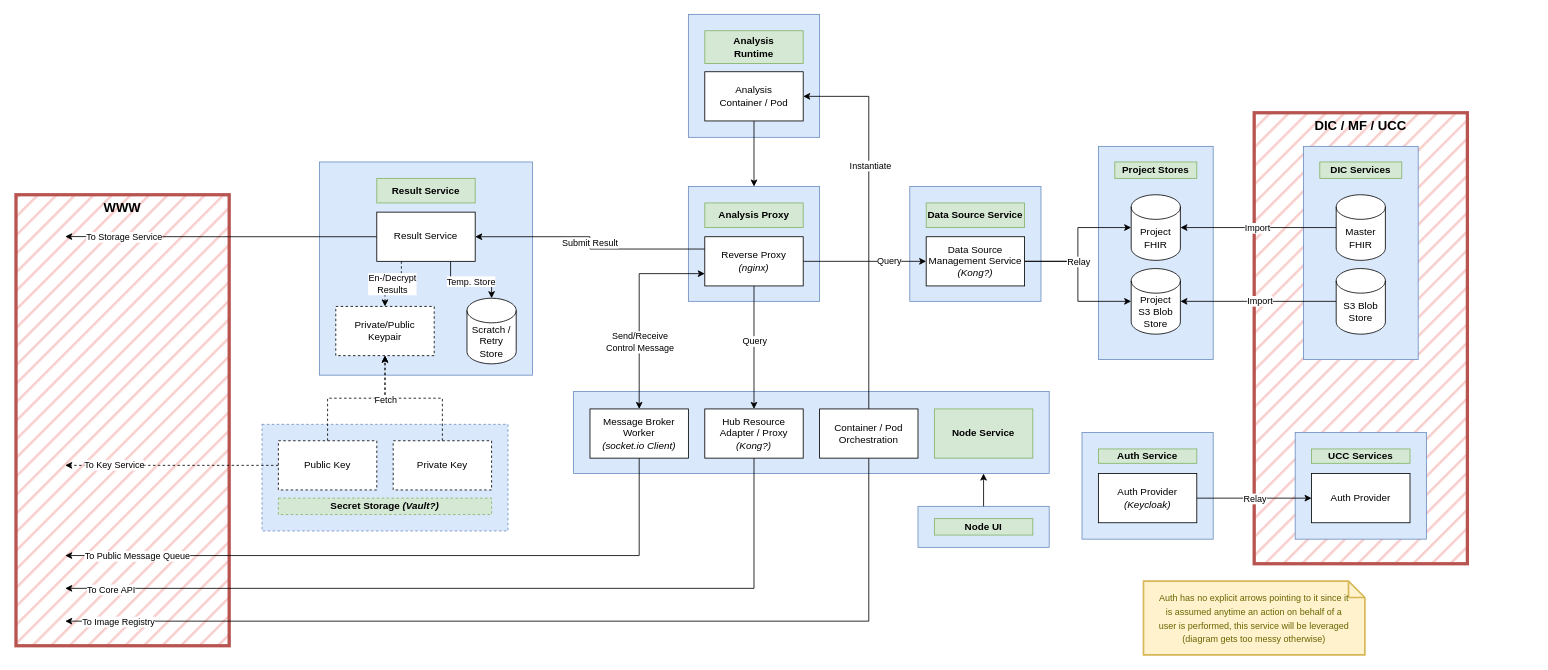
PrivateAIM/diagrams keeps this draw.io diagram as architecture/services-node-draft.drawio. Above is the earlier version. Source tidied: cells renumbered, new cells numbered last; positions are measured from the earlier drawing's top-left corner, leaving out a move shared by most shapes. Both pictures are drawn from the tidied source at 82%, with x=0, y=0 at pixel (16, 14).
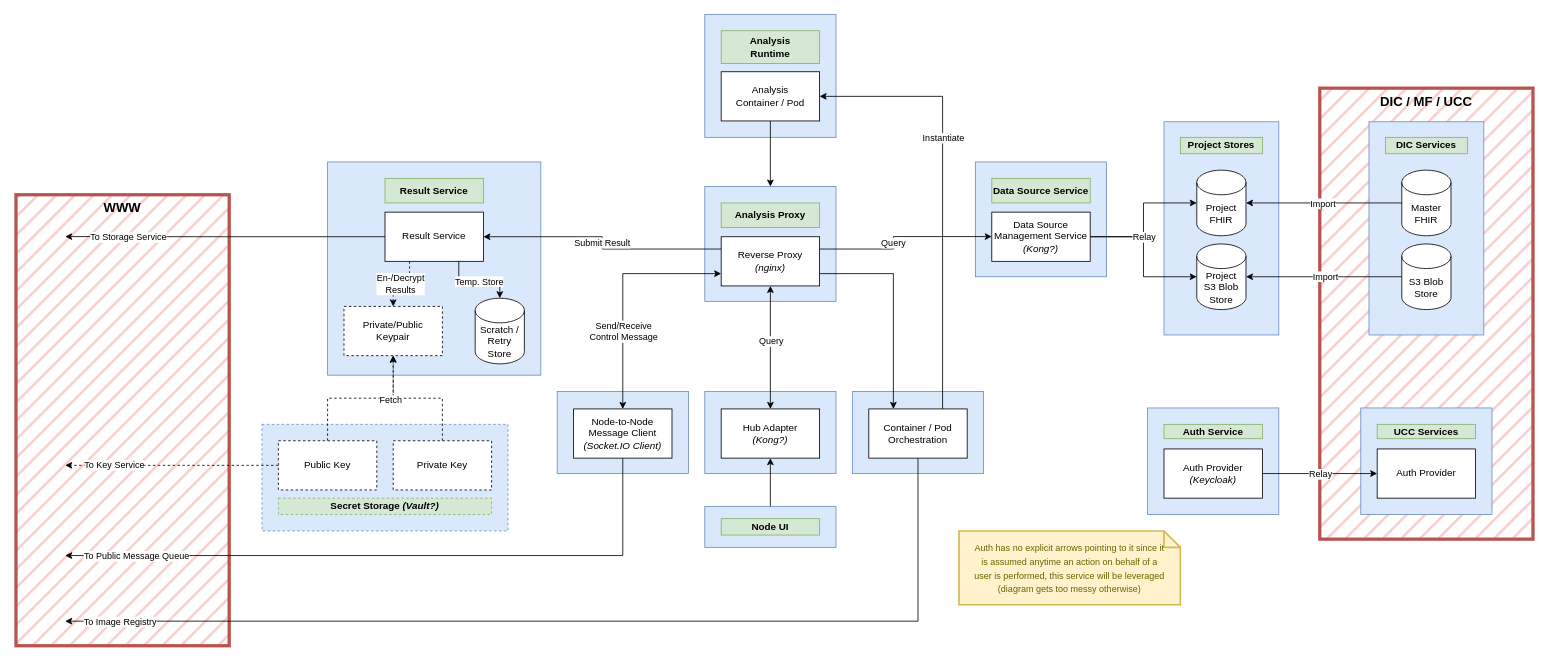
After the change.

Commit message:
fix: updated node services diagram

The edit, as a diff of the source:
```diff
@@
+    <mxCell id="82" style="rounded=0;whiteSpace=wrap;html=1;fillColor=#dae8fc;strokeColor=#6c8ebf;" parent="1" vertex="1">
+      <mxGeometry x="840" y="460" width="160" height="100" as="geometry" />
+    </mxCell>
+    <mxCell id="83" style="rounded=0;whiteSpace=wrap;html=1;fillColor=#dae8fc;strokeColor=#6c8ebf;" parent="1" vertex="1">
+      <mxGeometry x="1020" y="460" width="160" height="100" as="geometry" />
+    </mxCell>
@@
     <mxCell id="3" value="&lt;b&gt;&lt;font style=&quot;font-size: 16px;&quot;&gt;DIC / MF / UCC&lt;/font&gt;&lt;/b&gt;" style="rounded=0;whiteSpace=wrap;html=1;verticalAlign=top;fillColor=#f8cecc;strokeColor=#b85450;fillStyle=hatch;strokeWidth=4;" parent="1" vertex="1">
-      <mxGeometry x="1510" y="120" width="260" height="550" as="geometry" />
+      <mxGeometry x="1590" y="90" width="260" height="550" as="geometry" />
     </mxCell>
     <mxCell id="4" style="rounded=0;whiteSpace=wrap;html=1;fillColor=#dae8fc;strokeColor=#6c8ebf;" parent="1" vertex="1">
-      <mxGeometry x="1090" y="210" width="160" height="140" as="geometry" />
+      <mxGeometry x="1170" y="180" width="160" height="140" as="geometry" />
     </mxCell>
     <mxCell id="5" style="rounded=0;whiteSpace=wrap;html=1;fillColor=#dae8fc;strokeColor=#6c8ebf;" parent="1" vertex="1">
-      <mxGeometry x="1320" y="161" width="140" height="260" as="geometry" />
+      <mxGeometry x="1400" y="131" width="140" height="260" as="geometry" />
     </mxCell>
     <mxCell id="6" style="rounded=0;whiteSpace=wrap;html=1;fillColor=#dae8fc;strokeColor=#6c8ebf;" parent="1" vertex="1">
-      <mxGeometry x="680" y="460" width="580" height="100" as="geometry" />
+      <mxGeometry x="660" y="460" width="160" height="100" as="geometry" />
     </mxCell>
     <mxCell id="7" style="rounded=0;whiteSpace=wrap;html=1;fillColor=#dae8fc;strokeColor=#6c8ebf;" parent="1" vertex="1">
-      <mxGeometry x="1560" y="510" width="160" height="130" as="geometry" />
+      <mxGeometry x="1640" y="480" width="160" height="130" as="geometry" />
     </mxCell>
     <mxCell id="8" style="rounded=0;whiteSpace=wrap;html=1;fillColor=#dae8fc;strokeColor=#6c8ebf;" parent="1" vertex="1">
-      <mxGeometry x="1570" y="161" width="140" height="260" as="geometry" />
+      <mxGeometry x="1650" y="131" width="140" height="260" as="geometry" />
     </mxCell>
     <mxCell id="9" style="rounded=0;whiteSpace=wrap;html=1;fillColor=#dae8fc;strokeColor=#6c8ebf;" parent="1" vertex="1">
-      <mxGeometry x="370" y="180" width="260" height="260" as="geometry" />
+      <mxGeometry x="380" y="180" width="260" height="260" as="geometry" />
     </mxCell>
     <mxCell id="10" style="rounded=0;whiteSpace=wrap;html=1;fillColor=#dae8fc;strokeColor=#6c8ebf;" parent="1" vertex="1">
-      <mxGeometry x="1100" y="600" width="160" height="50" as="geometry" />
+      <mxGeometry x="840" y="600" width="160" height="50" as="geometry" />
     </mxCell>
@@
     <mxCell id="12" value="Node UI" style="rounded=0;whiteSpace=wrap;html=1;fillColor=#d5e8d4;strokeColor=#82b366;fontStyle=1;" parent="1" vertex="1">
-      <mxGeometry x="1120" y="615" width="120" height="20" as="geometry" />
+      <mxGeometry x="860" y="615" width="120" height="20" as="geometry" />
     </mxCell>
     <mxCell id="13" value="Result Service" style="rounded=0;whiteSpace=wrap;html=1;fillColor=#d5e8d4;strokeColor=#82b366;fontStyle=1;" parent="1" vertex="1">
-      <mxGeometry x="440" y="200" width="120" height="30" as="geometry" />
+      <mxGeometry x="450" y="200" width="120" height="30" as="geometry" />
     </mxCell>
     <mxCell id="14" style="rounded=0;whiteSpace=wrap;html=1;fillColor=#dae8fc;strokeColor=#6c8ebf;" parent="1" vertex="1">
-      <mxGeometry x="820" y="210" width="160" height="140" as="geometry" />
+      <mxGeometry x="840" y="210" width="160" height="140" as="geometry" />
     </mxCell>
@@
-    <mxCell id="17" style="edgeStyle=orthogonalEdgeStyle;rounded=0;jettySize=auto;html=1;exitX=0.5;exitY=1;exitDx=0;exitDy=0;" parent="1" edge="1" source="26" target="64">
+    <mxCell id="17" style="edgeStyle=orthogonalEdgeStyle;rounded=0;jettySize=auto;html=1;exitX=0.5;exitY=1;exitDx=0;exitDy=0;startArrow=classic;startFill=1;" parent="1" edge="1" source="26" target="64">
       <mxGeometry relative="1" as="geometry" />
     </mxCell>
@@
-    <mxCell id="24" style="edgeStyle=orthogonalEdgeStyle;rounded=0;jettySize=auto;html=1;exitX=1;exitY=0.5;exitDx=0;exitDy=0;" parent="1" edge="1" source="26" target="76">
-      <mxGeometry relative="1" as="geometry" />
+    <mxCell id="24" style="edgeStyle=orthogonalEdgeStyle;rounded=0;jettySize=auto;html=1;exitX=1;exitY=0.25;exitDx=0;exitDy=0;" parent="1" edge="1" source="26" target="76">
+      <mxGeometry relative="1" as="geometry">
+        <Array as="points">
+          <mxPoint x="1070" y="286" />
+          <mxPoint x="1070" y="271" />
+        </Array>
+      </mxGeometry>
     </mxCell>
     <mxCell id="25" value="Query" style="edgeLabel;html=1;align=center;verticalAlign=middle;" parent="24" vertex="1">
       <mxGeometry x="-0.03" y="1" relative="1" as="geometry">
-        <mxPoint x="31" as="offset" />
+        <mxPoint x="-4" y="8" as="offset" />
       </mxGeometry>
     </mxCell>
+    <mxCell id="84" style="edgeStyle=orthogonalEdgeStyle;rounded=0;jettySize=auto;html=1;exitX=1;exitY=0.75;exitDx=0;exitDy=0;entryX=0.25;entryY=0;entryDx=0;entryDy=0;" parent="1" edge="1" source="26" target="60">
+      <mxGeometry relative="1" as="geometry" />
+    </mxCell>
     <mxCell id="26" value="&lt;span style=&quot;font-weight: 400;&quot;&gt;Reverse Proxy&lt;br&gt;&lt;i&gt;(nginx)&lt;/i&gt;&lt;br&gt;&lt;/span&gt;" style="rounded=0;whiteSpace=wrap;html=1;fontStyle=1;" parent="1" vertex="1">
-      <mxGeometry x="840" y="271.2" width="120" height="60" as="geometry" />
+      <mxGeometry x="860" y="271.2" width="120" height="60" as="geometry" />
     </mxCell>
     <mxCell id="27" value="DIC Services" style="rounded=0;whiteSpace=wrap;html=1;fillColor=#d5e8d4;strokeColor=#82b366;fontStyle=1;" parent="1" vertex="1">
-      <mxGeometry x="1590" y="180" width="100" height="20" as="geometry" />
+      <mxGeometry x="1670" y="150" width="100" height="20" as="geometry" />
     </mxCell>
     <mxCell id="28" value="Master&lt;br&gt;FHIR" style="shape=cylinder3;whiteSpace=wrap;html=1;boundedLbl=1;backgroundOutline=1;size=15;" parent="1" vertex="1">
-      <mxGeometry x="1610" y="220" width="60" height="80" as="geometry" />
+      <mxGeometry x="1690" y="190" width="60" height="80" as="geometry" />
     </mxCell>
     <mxCell id="29" value="S3 Blob&lt;br&gt;Store" style="shape=cylinder3;whiteSpace=wrap;html=1;boundedLbl=1;backgroundOutline=1;size=15;" parent="1" vertex="1">
-      <mxGeometry x="1610" y="310" width="60" height="80" as="geometry" />
+      <mxGeometry x="1690" y="280" width="60" height="80" as="geometry" />
     </mxCell>
     <mxCell id="30" style="rounded=0;whiteSpace=wrap;html=1;fillColor=#dae8fc;strokeColor=#6c8ebf;" parent="1" vertex="1">
-      <mxGeometry x="820" width="160" height="150" as="geometry" />
+      <mxGeometry x="840" width="160" height="150" as="geometry" />
     </mxCell>
     <mxCell id="31" value="Analysis&lt;br&gt;Runtime" style="rounded=0;whiteSpace=wrap;html=1;fillColor=#d5e8d4;strokeColor=#82b366;fontStyle=1;" parent="1" vertex="1">
-      <mxGeometry x="840" y="20" width="120" height="40" as="geometry" />
+      <mxGeometry x="860" y="20" width="120" height="40" as="geometry" />
     </mxCell>
@@
     <mxCell id="33" value="Analysis &lt;br&gt;Container / Pod" style="rounded=0;whiteSpace=wrap;html=1;" parent="1" vertex="1">
-      <mxGeometry x="840" y="70" width="120" height="60" as="geometry" />
+      <mxGeometry x="860" y="70" width="120" height="60" as="geometry" />
     </mxCell>
     <mxCell id="34" value="Analysis Proxy" style="rounded=0;whiteSpace=wrap;html=1;fillColor=#d5e8d4;strokeColor=#82b366;fontStyle=1;" parent="1" vertex="1">
-      <mxGeometry x="840" y="230" width="120" height="30" as="geometry" />
+      <mxGeometry x="860" y="230" width="120" height="30" as="geometry" />
     </mxCell>
@@
     <mxCell id="41" value="Result Service" style="rounded=0;whiteSpace=wrap;html=1;" parent="1" vertex="1">
-      <mxGeometry x="440" y="241.2" width="120" height="60" as="geometry" />
+      <mxGeometry x="450" y="241.2" width="120" height="60" as="geometry" />
     </mxCell>
     <mxCell id="42" value="Private/Public&lt;br&gt;Keypair" style="rounded=0;whiteSpace=wrap;html=1;dashed=1;" parent="1" vertex="1">
-      <mxGeometry x="390" y="356.2" width="120" height="60" as="geometry" />
+      <mxGeometry x="400" y="356.2" width="120" height="60" as="geometry" />
     </mxCell>
     <mxCell id="43" value="UCC Services" style="rounded=0;whiteSpace=wrap;html=1;fillColor=#d5e8d4;strokeColor=#82b366;fontStyle=1;" parent="1" vertex="1">
-      <mxGeometry x="1580" y="530" width="120" height="17.5" as="geometry" />
+      <mxGeometry x="1660" y="500" width="120" height="17.5" as="geometry" />
     </mxCell>
     <mxCell id="44" value="&lt;span style=&quot;font-weight: 400;&quot;&gt;Auth Provider&lt;/span&gt;" style="rounded=0;whiteSpace=wrap;html=1;fontStyle=1;" parent="1" vertex="1">
-      <mxGeometry x="1580" y="560" width="120" height="60" as="geometry" />
+      <mxGeometry x="1660" y="530" width="120" height="60" as="geometry" />
     </mxCell>
@@
     <mxCell id="51" style="rounded=0;whiteSpace=wrap;html=1;fillColor=#dae8fc;strokeColor=#6c8ebf;perimeterSpacing=0;strokeWidth=1;" parent="1" vertex="1">
-      <mxGeometry x="1300" y="510" width="160" height="130" as="geometry" />
+      <mxGeometry x="1380" y="480" width="160" height="130" as="geometry" />
     </mxCell>
     <mxCell id="52" value="Auth Service" style="rounded=0;whiteSpace=wrap;html=1;fillColor=#d5e8d4;strokeColor=#82b366;fontStyle=1;" parent="1" vertex="1">
-      <mxGeometry x="1320" y="530" width="120" height="17.5" as="geometry" />
+      <mxGeometry x="1400" y="500" width="120" height="17.5" as="geometry" />
     </mxCell>
@@
     <mxCell id="55" value="&lt;span style=&quot;font-weight: 400;&quot;&gt;Auth Provider&lt;br&gt;&lt;i&gt;(Keycloak)&lt;/i&gt;&lt;br&gt;&lt;/span&gt;" style="rounded=0;whiteSpace=wrap;html=1;fontStyle=1;" parent="1" vertex="1">
-      <mxGeometry x="1320" y="560" width="120" height="60" as="geometry" />
+      <mxGeometry x="1400" y="530" width="120" height="60" as="geometry" />
     </mxCell>
-    <mxCell id="56" style="edgeStyle=orthogonalEdgeStyle;rounded=0;jettySize=auto;html=1;exitX=0.5;exitY=0;exitDx=0;exitDy=0;entryX=1;entryY=0.5;entryDx=0;entryDy=0;" parent="1" edge="1" source="60" target="33">
+    <mxCell id="56" style="edgeStyle=orthogonalEdgeStyle;rounded=0;jettySize=auto;html=1;exitX=0.75;exitY=0;exitDx=0;exitDy=0;entryX=1;entryY=0.5;entryDx=0;entryDy=0;" parent="1" edge="1" source="60" target="33">
       <mxGeometry relative="1" as="geometry" />
     </mxCell>
     <mxCell id="57" value="Instantiate" style="edgeLabel;html=1;align=center;verticalAlign=middle;" parent="56" vertex="1">
-      <mxGeometry x="0.29" y="-1" relative="1" as="geometry" />
+      <mxGeometry x="0.29" y="-1" relative="1" as="geometry">
+        <mxPoint x="-1" y="12" as="offset" />
+      </mxGeometry>
     </mxCell>
     <mxCell id="58" style="edgeStyle=orthogonalEdgeStyle;rounded=0;jettySize=auto;html=1;exitX=0.5;exitY=1;exitDx=0;exitDy=0;" parent="1" edge="1" source="60">
       <mxGeometry relative="1" as="geometry">
         <mxPoint x="60" y="740" as="targetPoint" />
         <Array as="points">
-          <mxPoint x="1040" y="740" />
-          <mxPoint x="110" y="740" />
+          <mxPoint x="1100" y="740" />
         </Array>
       </mxGeometry>
     </mxCell>
     <mxCell id="59" value="To Image Registry" style="edgeLabel;html=1;align=center;verticalAlign=middle;" parent="58" vertex="1">
       <mxGeometry x="0.86" y="2" relative="1" as="geometry">
-        <mxPoint x="-18" y="-2" as="offset" />
+        <mxPoint x="-20" y="-2" as="offset" />
       </mxGeometry>
     </mxCell>
     <mxCell id="60" value="Container /&amp;nbsp;Pod&lt;br&gt;Orchestration" style="rounded=0;whiteSpace=wrap;html=1;" parent="1" vertex="1">
-      <mxGeometry x="980" y="481.2" width="120" height="60" as="geometry" />
+      <mxGeometry x="1040" y="481.2" width="120" height="60" as="geometry" />
     </mxCell>
     <mxCell id="61" value="&lt;font style=&quot;font-size: 11px;&quot;&gt;Auth has no explicit arrows pointing to it since it is assumed anytime an action on behalf of a user is performed, this service will be leveraged (diagram gets too messy otherwise)&lt;/font&gt;" style="shape=note;strokeWidth=2;fontSize=14;size=20;whiteSpace=wrap;html=1;fillColor=#fff2cc;strokeColor=#d6b656;fontColor=#666600;spacing=0;spacingTop=2;spacingBottom=2;spacingLeft=20;spacingRight=20;" parent="1" vertex="1">
-      <mxGeometry x="1375" y="691.2" width="270" height="90" as="geometry" />
+      <mxGeometry x="1150" y="630" width="270" height="90" as="geometry" />
     </mxCell>
-    <mxCell id="62" style="edgeStyle=orthogonalEdgeStyle;rounded=0;jettySize=auto;html=1;exitX=0.5;exitY=1;exitDx=0;exitDy=0;" parent="1" edge="1" source="64">
-      <mxGeometry relative="1" as="geometry">
-        <mxPoint x="60" y="700" as="targetPoint" />
-        <Array as="points">
-          <mxPoint x="900" y="700" />
-        </Array>
-      </mxGeometry>
-    </mxCell>
-    <mxCell id="63" value="To Core API" style="edgeLabel;html=1;align=center;verticalAlign=middle;" parent="62" vertex="1">
-      <mxGeometry x="0.83" y="1" relative="1" as="geometry">
-        <mxPoint x="-29" as="offset" />
-      </mxGeometry>
-    </mxCell>
-    <mxCell id="64" value="Hub Resource Adapter / Proxy&lt;br&gt;&lt;i&gt;(Kong?)&lt;/i&gt;" style="rounded=0;whiteSpace=wrap;html=1;" parent="1" vertex="1">
-      <mxGeometry x="840" y="481.2" width="120" height="60" as="geometry" />
+    <mxCell id="64" value="Hub Adapter&lt;br&gt;&lt;i&gt;(Kong?)&lt;/i&gt;" style="rounded=0;whiteSpace=wrap;html=1;" parent="1" vertex="1">
+      <mxGeometry x="860" y="481.2" width="120" height="60" as="geometry" />
     </mxCell>
-    <mxCell id="65" value="&lt;b&gt;Node Service&lt;/b&gt;" style="rounded=0;whiteSpace=wrap;html=1;fillColor=#d5e8d4;strokeColor=#82b366;" parent="1" vertex="1">
-      <mxGeometry x="1120" y="481.2" width="120" height="60" as="geometry" />
-    </mxCell>
     <mxCell id="66" style="edgeStyle=orthogonalEdgeStyle;rounded=0;jettySize=auto;html=1;exitX=0.5;exitY=1;exitDx=0;exitDy=0;" parent="1" edge="1" source="68">
       <mxGeometry relative="1" as="geometry">
         <mxPoint x="60" y="660" as="targetPoint" />
         <Array as="points">
-          <mxPoint x="760" y="660" />
+          <mxPoint x="740" y="660" />
         </Array>
       </mxGeometry>
     </mxCell>
@@
-    <mxCell id="68" value="Message Broker&lt;br&gt;Worker&lt;br&gt;&lt;i&gt;(socket.io Client)&lt;/i&gt;" style="rounded=0;whiteSpace=wrap;html=1;" parent="1" vertex="1">
-      <mxGeometry x="700" y="481.2" width="120" height="60" as="geometry" />
+    <mxCell id="68" value="Node-to-Node Message Client&lt;br&gt;&lt;i&gt;(Socket.IO Client)&lt;/i&gt;" style="rounded=0;whiteSpace=wrap;html=1;" parent="1" vertex="1">
+      <mxGeometry x="680" y="481.2" width="120" height="60" as="geometry" />
     </mxCell>
     <mxCell id="69" value="Project Stores" style="rounded=0;whiteSpace=wrap;html=1;fillColor=#d5e8d4;strokeColor=#82b366;fontStyle=1;" parent="1" vertex="1">
-      <mxGeometry x="1340" y="180" width="100" height="20" as="geometry" />
+      <mxGeometry x="1420" y="150" width="100" height="20" as="geometry" />
     </mxCell>
     <mxCell id="70" value="Project&lt;br&gt;FHIR" style="shape=cylinder3;whiteSpace=wrap;html=1;boundedLbl=1;backgroundOutline=1;size=15;" parent="1" vertex="1">
-      <mxGeometry x="1360" y="220" width="60" height="80" as="geometry" />
+      <mxGeometry x="1440" y="190" width="60" height="80" as="geometry" />
     </mxCell>
     <mxCell id="71" value="Project&lt;br&gt;S3 Blob&lt;br&gt;Store" style="shape=cylinder3;whiteSpace=wrap;html=1;boundedLbl=1;backgroundOutline=1;size=15;" parent="1" vertex="1">
-      <mxGeometry x="1360" y="310" width="60" height="80" as="geometry" />
+      <mxGeometry x="1440" y="280" width="60" height="80" as="geometry" />
     </mxCell>
@@
     <mxCell id="76" value="&lt;span style=&quot;font-weight: 400;&quot;&gt;Data Source Management Service&lt;br&gt;&lt;i&gt;(Kong?)&lt;/i&gt;&lt;br&gt;&lt;/span&gt;" style="rounded=0;whiteSpace=wrap;html=1;fontStyle=1;" parent="1" vertex="1">
-      <mxGeometry x="1110" y="271.2" width="120" height="60" as="geometry" />
+      <mxGeometry x="1190" y="241.2" width="120" height="60" as="geometry" />
     </mxCell>
     <mxCell id="77" value="Data Source Service" style="rounded=0;whiteSpace=wrap;html=1;fillColor=#d5e8d4;strokeColor=#82b366;fontStyle=1;" parent="1" vertex="1">
-      <mxGeometry x="1110" y="230" width="120" height="30" as="geometry" />
+      <mxGeometry x="1190" y="200" width="120" height="30" as="geometry" />
     </mxCell>
     <mxCell id="78" value="Scratch /&lt;br&gt;Retry Store" style="shape=cylinder3;whiteSpace=wrap;html=1;boundedLbl=1;backgroundOutline=1;size=15;" parent="1" vertex="1">
-      <mxGeometry x="550" y="346.2" width="60" height="80" as="geometry" />
+      <mxGeometry x="560" y="346.2" width="60" height="80" as="geometry" />
     </mxCell>
@@
-    <mxCell id="81" style="edgeStyle=orthogonalEdgeStyle;rounded=0;jettySize=auto;html=1;exitX=0.5;exitY=0;exitDx=0;exitDy=0;entryX=0.862;entryY=1;entryDx=0;entryDy=0;entryPerimeter=0;" parent="1" edge="1" source="10" target="6">
+    <mxCell id="81" style="edgeStyle=orthogonalEdgeStyle;rounded=0;jettySize=auto;html=1;exitX=0.5;exitY=0;exitDx=0;exitDy=0;entryX=0.5;entryY=1;entryDx=0;entryDy=0;" parent="1" edge="1" source="10" target="64">
       <mxGeometry relative="1" as="geometry" />
     </mxCell>
```
